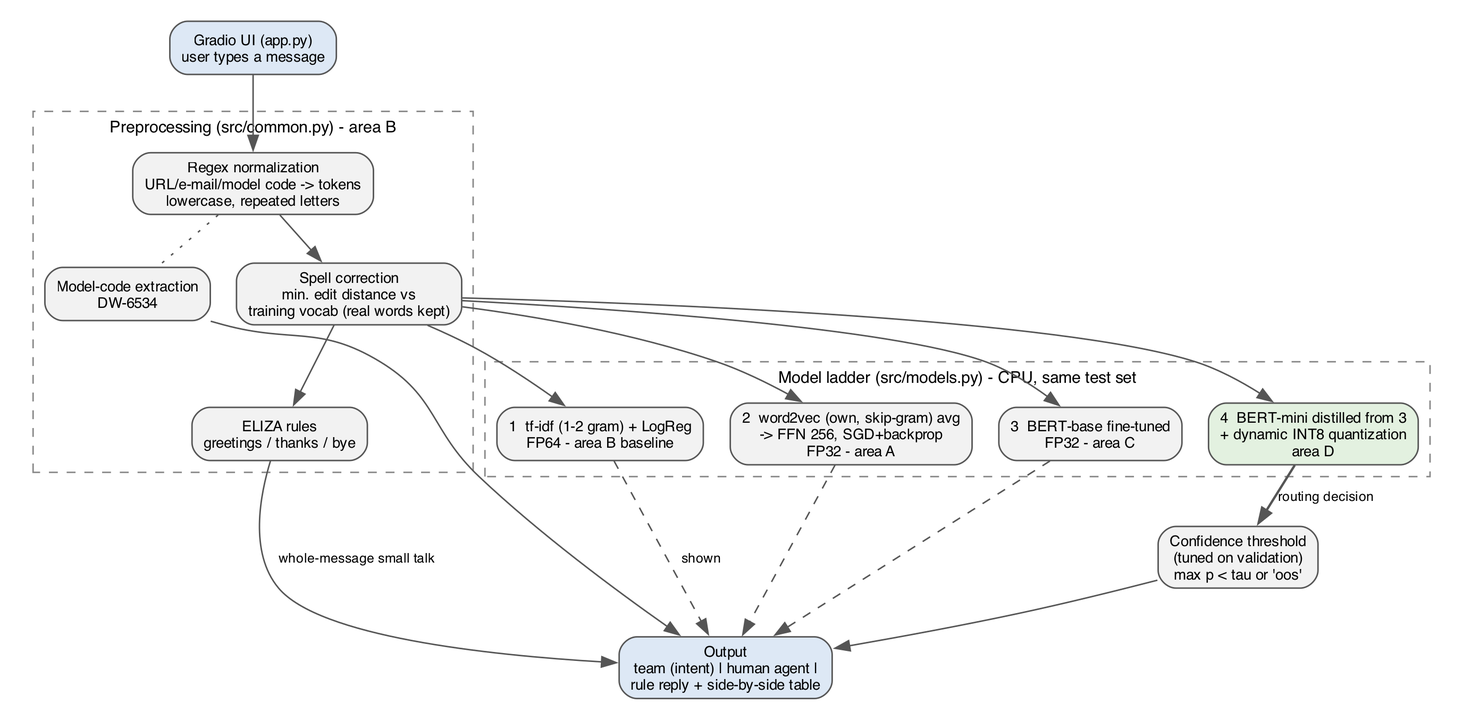
Above: docs/architecture.png in rkfirat/swe015-ticket-router (Graphviz), before the change. Its source is kept beside it as docs/architecture.dot.
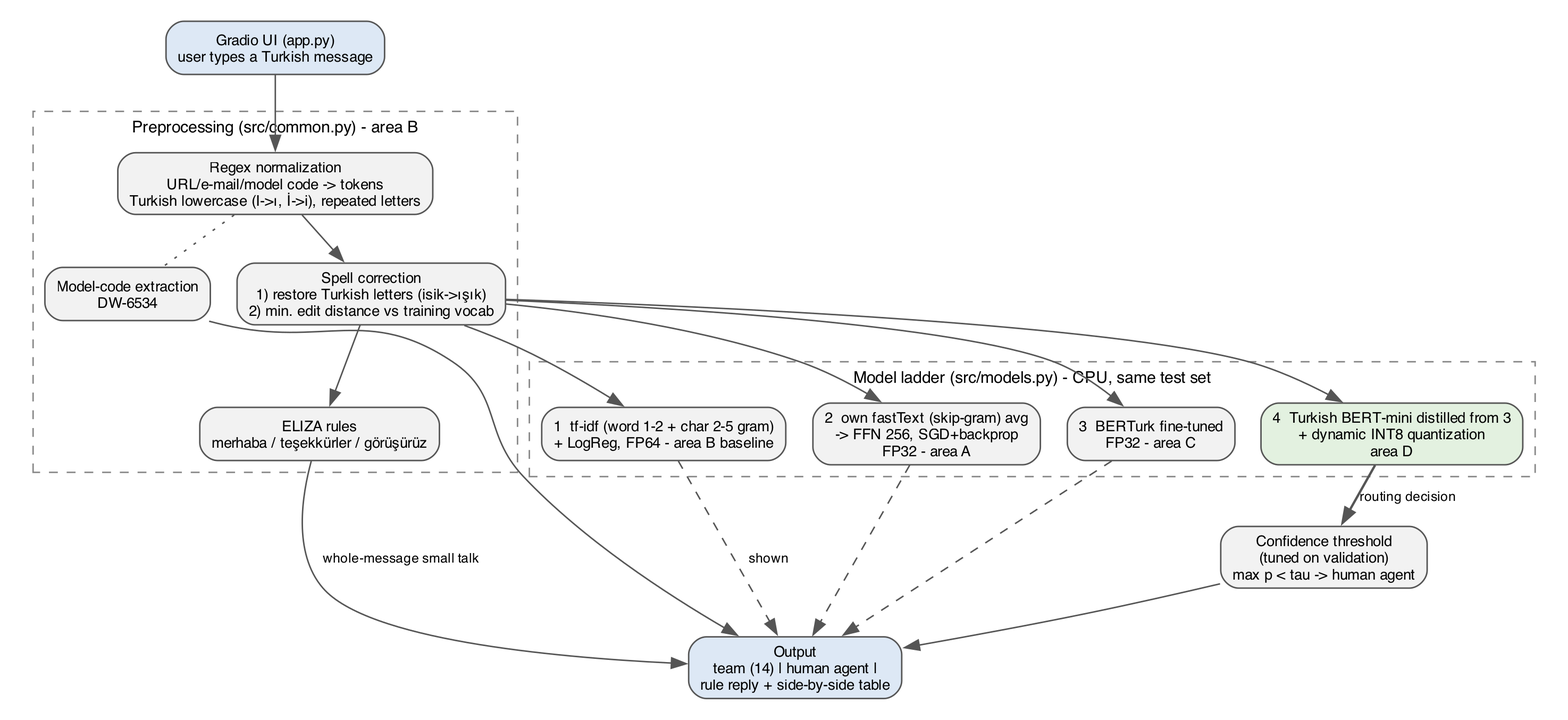
Later version of the same file.

What changed in the source:
```diff
@@ -4,26 +4,26 @@
   node  [fontname="Helvetica", fontsize=10, shape=box, style="rounded,filled", fillcolor="#f2f2f2", color="#555555"];
   edge  [fontname="Helvetica", fontsize=9, color="#555555"];
 
-  ui     [label="Gradio UI (app.py)\nuser types a message", fillcolor="#dde8f5"];
+  ui     [label="Gradio UI (app.py)\nuser types a Turkish message", fillcolor="#dde8f5"];
 
   subgraph cluster_pre {
     label="Preprocessing (src/common.py) - area B"; style=dashed; color="#888888";
-    regex  [label="Regex normalization\nURL/e-mail/model code -> tokens\nlowercase, repeated letters"];
+    regex  [label="Regex normalization\nURL/e-mail/model code -> tokens\nTurkish lowercase (I->ı, İ->i), repeated letters"];
     codes  [label="Model-code extraction\nDW-6534"];
-    spell  [label="Spell correction\nmin. edit distance vs\ntraining vocab (real words kept)"];
-    eliza  [label="ELIZA rules\ngreetings / thanks / bye"];
+    spell  [label="Spell correction\n1) restore Turkish letters (isik->ışık)\n2) min. edit distance vs training vocab"];
+    eliza  [label="ELIZA rules\nmerhaba / teşekkürler / görüşürüz"];
   }
 
   subgraph cluster_models {
     label="Model ladder (src/models.py) - CPU, same test set"; style=dashed; color="#888888";
-    m1 [label="1  tf-idf (1-2 gram) + LogReg\nFP64 - area B baseline"];
-    m2 [label="2  word2vec (own, skip-gram) avg\n-> FFN 256, SGD+backprop\nFP32 - area A"];
-    m3 [label="3  BERT-base fine-tuned\nFP32 - area C"];
-    m4 [label="4  BERT-mini distilled from 3\n+ dynamic INT8 quantization\narea D", fillcolor="#e3f1e0"];
+    m1 [label="1  tf-idf (word 1-2 + char 2-5 gram)\n+ LogReg, FP64 - area B baseline"];
+    m2 [label="2  own fastText (skip-gram) avg\n-> FFN 256, SGD+backprop\nFP32 - area A"];
+    m3 [label="3  BERTurk fine-tuned\nFP32 - area C"];
+    m4 [label="4  Turkish BERT-mini distilled from 3\n+ dynamic INT8 quantization\narea D", fillcolor="#e3f1e0"];
   }
 
-  thr    [label="Confidence threshold\n(tuned on validation)\nmax p < tau or 'oos'"];
-  out    [label="Output\nteam (intent) | human agent |\nrule reply + side-by-side table", fillcolor="#dde8f5"];
+  thr    [label="Confidence threshold\n(tuned on validation)\nmax p < tau -> human agent"];
+  out    [label="Output\nteam (14) | human agent |\nrule reply + side-by-side table", fillcolor="#dde8f5"];
 
   ui -> regex;
   regex -> codes [style=dotted, arrowhead=none];
```
